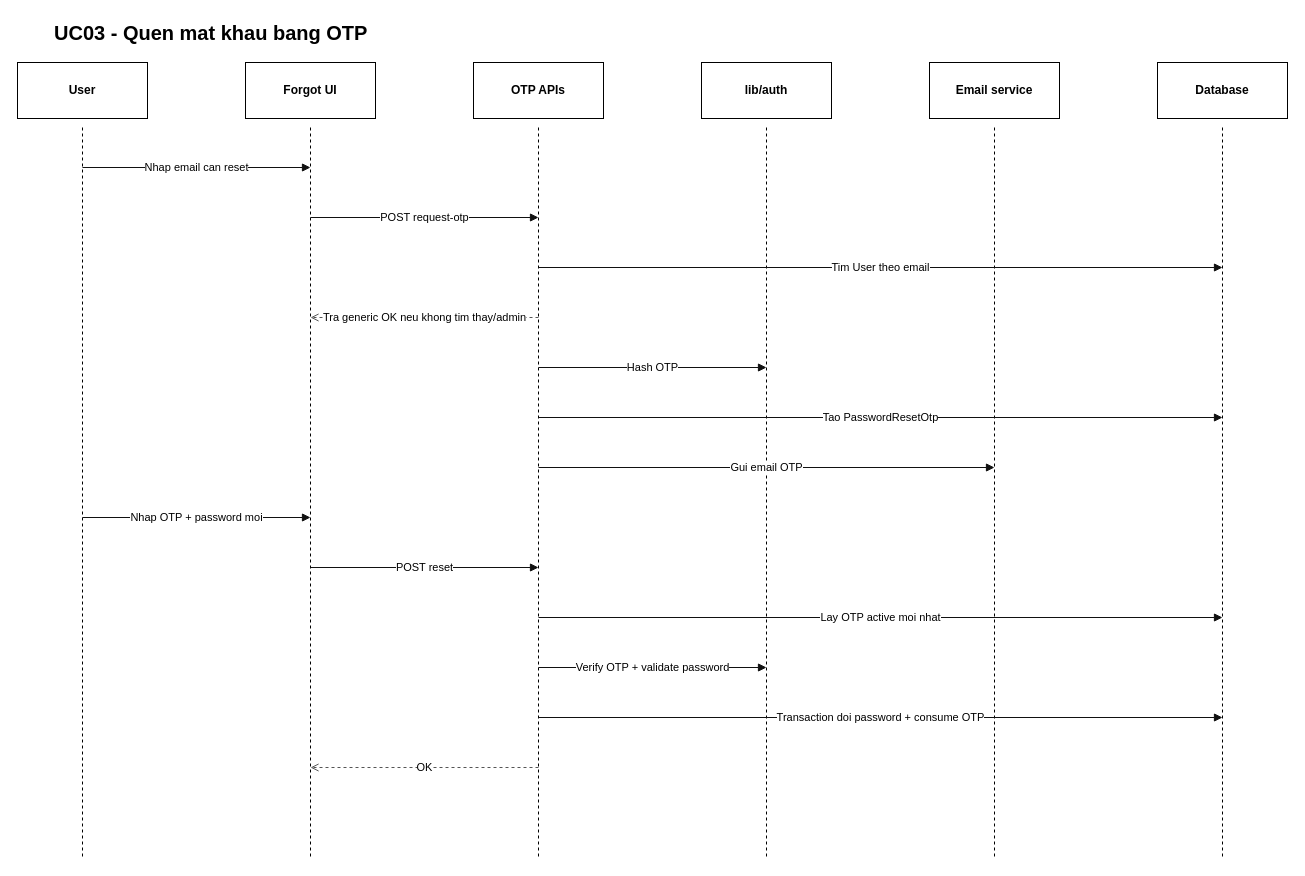
Before: page "Quên mật khẩu bằng mã xác nhận" (3 of 22) of finncenter-sequence-diagrams.drawio in vunguyen00/final-pj, a draw.io diagram. Source tidied: cells renumbered, new cells numbered last; positions are measured from the earlier drawing's top-left corner, leaving out a move shared by most shapes. Both pictures are drawn from the tidied source at 100%, with x=0, y=0 at pixel (17, 17).
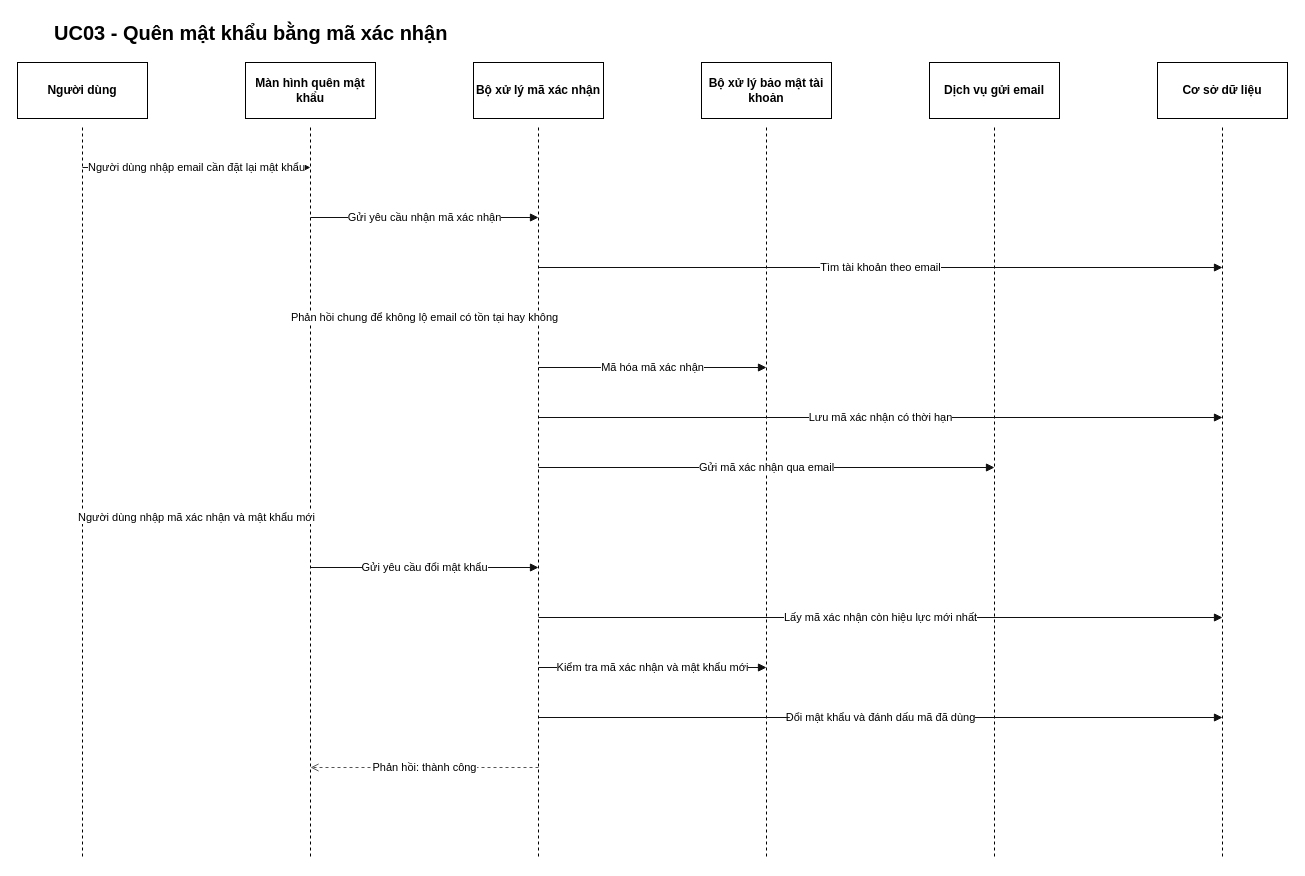
The same page after the edit.

Diff of the diagram source:
```diff
@@
-    <mxCell id="2" value="UC03 - Quen mat khau bang OTP" style="text;html=1;strokeColor=none;fillColor=none;align=left;verticalAlign=middle;whiteSpace=wrap;rounded=0;fontSize=20;fontStyle=1;" parent="1" vertex="1">
+    <mxCell id="2" value="UC03 - Quên mật khẩu bằng mã xác nhận" style="text;html=1;strokeColor=none;fillColor=none;align=left;verticalAlign=middle;whiteSpace=wrap;rounded=0;fontSize=20;fontStyle=1;" parent="1" vertex="1">
       <mxGeometry x="35" width="760" height="30" as="geometry" />
     </mxCell>
-    <mxCell id="3" value="User" style="rounded=0;whiteSpace=wrap;html=1;fontStyle=1;fillColor=#ffffff;strokeColor=#000000;" parent="1" vertex="1">
+    <mxCell id="3" value="Người dùng" style="rounded=0;whiteSpace=wrap;html=1;fontStyle=1;fillColor=#ffffff;strokeColor=#000000;" parent="1" vertex="1">
       <mxGeometry y="45" width="130" height="56" as="geometry" />
     </mxCell>
@@
-    <mxCell id="5" value="Forgot UI" style="rounded=0;whiteSpace=wrap;html=1;fontStyle=1;fillColor=#ffffff;strokeColor=#000000;" parent="1" vertex="1">
+    <mxCell id="5" value="Màn hình quên mật khẩu" style="rounded=0;whiteSpace=wrap;html=1;fontStyle=1;fillColor=#ffffff;strokeColor=#000000;" parent="1" vertex="1">
       <mxGeometry x="228" y="45" width="130" height="56" as="geometry" />
     </mxCell>
@@
-    <mxCell id="7" value="OTP APIs" style="rounded=0;whiteSpace=wrap;html=1;fontStyle=1;fillColor=#ffffff;strokeColor=#000000;" parent="1" vertex="1">
+    <mxCell id="7" value="Bộ xử lý mã xác nhận" style="rounded=0;whiteSpace=wrap;html=1;fontStyle=1;fillColor=#ffffff;strokeColor=#000000;" parent="1" vertex="1">
       <mxGeometry x="456" y="45" width="130" height="56" as="geometry" />
     </mxCell>
@@
-    <mxCell id="9" value="lib/auth" style="rounded=0;whiteSpace=wrap;html=1;fontStyle=1;fillColor=#ffffff;strokeColor=#000000;" parent="1" vertex="1">
+    <mxCell id="9" value="Bộ xử lý bảo mật tài khoản" style="rounded=0;whiteSpace=wrap;html=1;fontStyle=1;fillColor=#ffffff;strokeColor=#000000;" parent="1" vertex="1">
       <mxGeometry x="684" y="45" width="130" height="56" as="geometry" />
     </mxCell>
@@
-    <mxCell id="11" value="Email service" style="rounded=0;whiteSpace=wrap;html=1;fontStyle=1;fillColor=#ffffff;strokeColor=#000000;" parent="1" vertex="1">
+    <mxCell id="11" value="Dịch vụ gửi email" style="rounded=0;whiteSpace=wrap;html=1;fontStyle=1;fillColor=#ffffff;strokeColor=#000000;" parent="1" vertex="1">
       <mxGeometry x="912" y="45" width="130" height="56" as="geometry" />
     </mxCell>
@@
-    <mxCell id="13" value="Database" style="rounded=0;whiteSpace=wrap;html=1;fontStyle=1;fillColor=#ffffff;strokeColor=#000000;" parent="1" vertex="1">
+    <mxCell id="13" value="Cơ sở dữ liệu" style="rounded=0;whiteSpace=wrap;html=1;fontStyle=1;fillColor=#ffffff;strokeColor=#000000;" parent="1" vertex="1">
       <mxGeometry x="1140" y="45" width="130" height="56" as="geometry" />
     </mxCell>
@@
-    <mxCell id="15" value="Nhap email can reset" style="endArrow=block;html=1;rounded=0;strokeWidth=1;strokeColor=#111111;" parent="1" edge="1">
+    <mxCell id="15" value="Người dùng nhập email cần đặt lại mật khẩu" style="endArrow=block;html=1;rounded=0;strokeWidth=1;strokeColor=#111111;" parent="1" edge="1">
       <mxGeometry relative="1" as="geometry">
         <mxPoint x="65" y="150" as="sourcePoint" />
         <mxPoint x="293" y="150" as="targetPoint" />
       </mxGeometry>
     </mxCell>
-    <mxCell id="16" value="POST request-otp" style="endArrow=block;html=1;rounded=0;strokeWidth=1;strokeColor=#111111;" parent="1" edge="1">
+    <mxCell id="16" value="Gửi yêu cầu nhận mã xác nhận" style="endArrow=block;html=1;rounded=0;strokeWidth=1;strokeColor=#111111;" parent="1" edge="1">
       <mxGeometry relative="1" as="geometry">
         <mxPoint x="293" y="200" as="sourcePoint" />
         <mxPoint x="521" y="200" as="targetPoint" />
       </mxGeometry>
     </mxCell>
-    <mxCell id="17" value="Tim User theo email" style="endArrow=block;html=1;rounded=0;strokeWidth=1;strokeColor=#111111;" parent="1" edge="1">
+    <mxCell id="17" value="Tìm tài khoản theo email" style="endArrow=block;html=1;rounded=0;strokeWidth=1;strokeColor=#111111;" parent="1" edge="1">
       <mxGeometry relative="1" as="geometry">
         <mxPoint x="521" y="250" as="sourcePoint" />
         <mxPoint x="1205" y="250" as="targetPoint" />
       </mxGeometry>
     </mxCell>
-    <mxCell id="18" value="Tra generic OK neu khong tim thay/admin" style="endArrow=open;html=1;rounded=0;dashed=1;strokeWidth=1;strokeColor=#555555;" parent="1" edge="1">
+    <mxCell id="18" value="Phản hồi chung để không lộ email có tồn tại hay không" style="endArrow=open;html=1;rounded=0;dashed=1;strokeWidth=1;strokeColor=#555555;" parent="1" edge="1">
       <mxGeometry relative="1" as="geometry">
         <mxPoint x="521" y="300" as="sourcePoint" />
         <mxPoint x="293" y="300" as="targetPoint" />
       </mxGeometry>
     </mxCell>
-    <mxCell id="19" value="Hash OTP" style="endArrow=block;html=1;rounded=0;strokeWidth=1;strokeColor=#111111;" parent="1" edge="1">
+    <mxCell id="19" value="Mã hóa mã xác nhận" style="endArrow=block;html=1;rounded=0;strokeWidth=1;strokeColor=#111111;" parent="1" edge="1">
       <mxGeometry relative="1" as="geometry">
         <mxPoint x="521" y="350" as="sourcePoint" />
         <mxPoint x="749" y="350" as="targetPoint" />
       </mxGeometry>
     </mxCell>
-    <mxCell id="20" value="Tao PasswordResetOtp" style="endArrow=block;html=1;rounded=0;strokeWidth=1;strokeColor=#111111;" parent="1" edge="1">
+    <mxCell id="20" value="Lưu mã xác nhận có thời hạn" style="endArrow=block;html=1;rounded=0;strokeWidth=1;strokeColor=#111111;" parent="1" edge="1">
       <mxGeometry relative="1" as="geometry">
         <mxPoint x="521" y="400" as="sourcePoint" />
         <mxPoint x="1205" y="400" as="targetPoint" />
       </mxGeometry>
     </mxCell>
-    <mxCell id="21" value="Gui email OTP" style="endArrow=block;html=1;rounded=0;strokeWidth=1;strokeColor=#111111;" parent="1" edge="1">
+    <mxCell id="21" value="Gửi mã xác nhận qua email" style="endArrow=block;html=1;rounded=0;strokeWidth=1;strokeColor=#111111;" parent="1" edge="1">
       <mxGeometry relative="1" as="geometry">
         <mxPoint x="521" y="450" as="sourcePoint" />
         <mxPoint x="977" y="450" as="targetPoint" />
       </mxGeometry>
     </mxCell>
-    <mxCell id="22" value="Nhap OTP + password moi" style="endArrow=block;html=1;rounded=0;strokeWidth=1;strokeColor=#111111;" parent="1" edge="1">
+    <mxCell id="22" value="Người dùng nhập mã xác nhận và mật khẩu mới" style="endArrow=block;html=1;rounded=0;strokeWidth=1;strokeColor=#111111;" parent="1" edge="1">
       <mxGeometry relative="1" as="geometry">
         <mxPoint x="65" y="500" as="sourcePoint" />
         <mxPoint x="293" y="500" as="targetPoint" />
       </mxGeometry>
     </mxCell>
-    <mxCell id="23" value="POST reset" style="endArrow=block;html=1;rounded=0;strokeWidth=1;strokeColor=#111111;" parent="1" edge="1">
+    <mxCell id="23" value="Gửi yêu cầu đổi mật khẩu" style="endArrow=block;html=1;rounded=0;strokeWidth=1;strokeColor=#111111;" parent="1" edge="1">
       <mxGeometry relative="1" as="geometry">
         <mxPoint x="293" y="550" as="sourcePoint" />
         <mxPoint x="521" y="550" as="targetPoint" />
       </mxGeometry>
     </mxCell>
-    <mxCell id="24" value="Lay OTP active moi nhat" style="endArrow=block;html=1;rounded=0;strokeWidth=1;strokeColor=#111111;" parent="1" edge="1">
+    <mxCell id="24" value="Lấy mã xác nhận còn hiệu lực mới nhất" style="endArrow=block;html=1;rounded=0;strokeWidth=1;strokeColor=#111111;" parent="1" edge="1">
       <mxGeometry relative="1" as="geometry">
         <mxPoint x="521" y="600" as="sourcePoint" />
         <mxPoint x="1205" y="600" as="targetPoint" />
       </mxGeometry>
     </mxCell>
-    <mxCell id="25" value="Verify OTP + validate password" style="endArrow=block;html=1;rounded=0;strokeWidth=1;strokeColor=#111111;" parent="1" edge="1">
+    <mxCell id="25" value="Kiểm tra mã xác nhận và mật khẩu mới" style="endArrow=block;html=1;rounded=0;strokeWidth=1;strokeColor=#111111;" parent="1" edge="1">
       <mxGeometry relative="1" as="geometry">
         <mxPoint x="521" y="650" as="sourcePoint" />
         <mxPoint x="749" y="650" as="targetPoint" />
       </mxGeometry>
     </mxCell>
-    <mxCell id="26" value="Transaction doi password + consume OTP" style="endArrow=block;html=1;rounded=0;strokeWidth=1;strokeColor=#111111;" parent="1" edge="1">
+    <mxCell id="26" value="Đổi mật khẩu và đánh dấu mã đã dùng" style="endArrow=block;html=1;rounded=0;strokeWidth=1;strokeColor=#111111;" parent="1" edge="1">
       <mxGeometry relative="1" as="geometry">
         <mxPoint x="521" y="700" as="sourcePoint" />
         <mxPoint x="1205" y="700" as="targetPoint" />
       </mxGeometry>
     </mxCell>
-    <mxCell id="27" value="OK" style="endArrow=open;html=1;rounded=0;dashed=1;strokeWidth=1;strokeColor=#555555;" parent="1" edge="1">
+    <mxCell id="27" value="Phản hồi: thành công" style="endArrow=open;html=1;rounded=0;dashed=1;strokeWidth=1;strokeColor=#555555;" parent="1" edge="1">
       <mxGeometry relative="1" as="geometry">
         <mxPoint x="521" y="750" as="sourcePoint" />
         <mxPoint x="293" y="750" as="targetPoint" />
       </mxGeometry>
     </mxCell>
```
